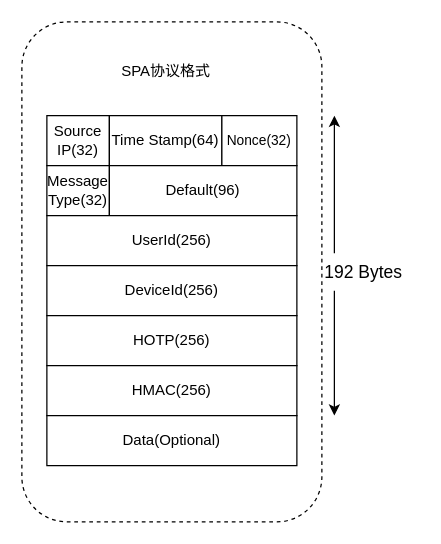
Before: testDirectory/SPA数据包格式.drawio in Moose1273/-, a draw.io diagram. Source tidied: cells renumbered, new cells numbered last; positions are measured from the earlier drawing's top-left corner, leaving out a move shared by most shapes. Both pictures are drawn from the tidied source at 125%, with x=0, y=0 at pixel (21, 21).
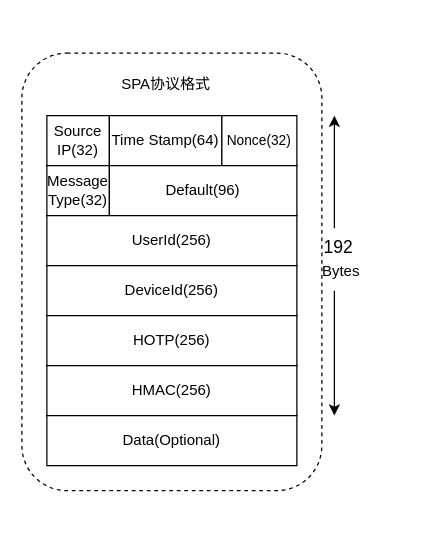
Above is the later version.

Commit message:
更新SPA数据包格式.drawio

Change to the diagram source:
```diff
@@
 <mxGraphModel>
   <root>
     <mxCell id="0" />
     <mxCell id="1" parent="0" />
     <mxCell id="2" style="rounded=1;whiteSpace=wrap;html=1;dashed=1;" parent="1" vertex="1">
-      <mxGeometry width="240" height="400" as="geometry" />
+      <mxGeometry y="25" width="240" height="350" as="geometry" />
     </mxCell>
     <mxCell id="3" value="&lt;font style=&quot;font-size: 12px;&quot;&gt;Source IP(32)&lt;/font&gt;" style="rounded=0;whiteSpace=wrap;html=1;" parent="1" vertex="1">
       <mxGeometry x="20" y="75" width="50" height="40" as="geometry" />
     </mxCell>
     <mxCell id="4" value="&lt;font style=&quot;font-size: 12px;&quot;&gt;Time Stamp(64)&lt;/font&gt;" style="rounded=0;whiteSpace=wrap;html=1;" parent="1" vertex="1">
       <mxGeometry x="70" y="75" width="90" height="40" as="geometry" />
     </mxCell>
     <mxCell id="5" value="&lt;font style=&quot;font-size: 11px;&quot;&gt;Nonce(32)&lt;/font&gt;" style="rounded=0;whiteSpace=wrap;html=1;" parent="1" vertex="1">
       <mxGeometry x="160" y="75" width="60" height="40" as="geometry" />
     </mxCell>
     <mxCell id="6" value="&lt;font style=&quot;font-size: 12px;&quot;&gt;Message Type(32)&lt;/font&gt;" style="rounded=0;whiteSpace=wrap;html=1;" parent="1" vertex="1">
       <mxGeometry x="20" y="115" width="50" height="40" as="geometry" />
     </mxCell>
     <mxCell id="7" value="&lt;font style=&quot;font-size: 12px;&quot;&gt;Default(96)&lt;/font&gt;" style="rounded=0;whiteSpace=wrap;html=1;" parent="1" vertex="1">
       <mxGeometry x="70" y="115" width="150" height="40" as="geometry" />
     </mxCell>
     <mxCell id="8" value="&lt;font style=&quot;font-size: 12px;&quot;&gt;UserId(256)&lt;/font&gt;" style="rounded=0;whiteSpace=wrap;html=1;" parent="1" vertex="1">
       <mxGeometry x="20" y="155" width="200" height="40" as="geometry" />
     </mxCell>
     <mxCell id="9" value="&lt;font style=&quot;font-size: 12px;&quot;&gt;DeviceId(256)&lt;/font&gt;" style="rounded=0;whiteSpace=wrap;html=1;" parent="1" vertex="1">
       <mxGeometry x="20" y="195" width="200" height="40" as="geometry" />
     </mxCell>
     <mxCell id="10" value="&lt;font style=&quot;font-size: 12px;&quot;&gt;HOTP(256)&lt;/font&gt;" style="rounded=0;whiteSpace=wrap;html=1;" parent="1" vertex="1">
       <mxGeometry x="20" y="235" width="200" height="40" as="geometry" />
     </mxCell>
     <mxCell id="11" value="&lt;font style=&quot;font-size: 12px;&quot;&gt;HMAC(256)&lt;/font&gt;" style="rounded=0;whiteSpace=wrap;html=1;" parent="1" vertex="1">
       <mxGeometry x="20" y="275" width="200" height="40" as="geometry" />
     </mxCell>
     <mxCell id="12" value="&lt;font style=&quot;font-size: 12px;&quot;&gt;Data(Optional)&lt;/font&gt;" style="rounded=0;whiteSpace=wrap;html=1;" parent="1" vertex="1">
       <mxGeometry x="20" y="315" width="200" height="40" as="geometry" />
     </mxCell>
     <mxCell id="13" style="endArrow=classic;html=1;rounded=0;" parent="1" edge="1">
       <mxGeometry relative="1" as="geometry">
-        <mxPoint x="250" y="185" as="sourcePoint" />
+        <mxPoint x="250" y="165" as="sourcePoint" />
         <mxPoint x="250" y="75" as="targetPoint" />
       </mxGeometry>
     </mxCell>
-    <mxCell id="14" value="&lt;font style=&quot;font-size: 14px;&quot;&gt;192 Bytes&lt;/font&gt;" style="text;html=1;align=center;verticalAlign=middle;strokeColor=none;fillColor=none;" parent="1" vertex="1">
-      <mxGeometry x="228" y="185" width="90" height="30" as="geometry" />
+    <mxCell id="14" value="&lt;font style=&quot;font-size: 14px;&quot;&gt;192&amp;nbsp;&lt;/font&gt;" style="text;html=1;align=center;verticalAlign=middle;strokeColor=none;fillColor=none;" parent="1" vertex="1">
+      <mxGeometry x="230" y="165" width="50" height="30" as="geometry" />
     </mxCell>
     <mxCell id="15" style="endArrow=classic;html=1;rounded=0;" parent="1" edge="1">
       <mxGeometry relative="1" as="geometry">
         <mxPoint x="250" y="215" as="sourcePoint" />
         <mxPoint x="250" y="315" as="targetPoint" />
       </mxGeometry>
     </mxCell>
     <mxCell id="16" value="SPA协议格式" style="text;html=1;align=center;verticalAlign=middle;strokeColor=none;fillColor=none;" parent="1" vertex="1">
-      <mxGeometry x="70" y="25" width="90" height="30" as="geometry" />
+      <mxGeometry x="70" y="35" width="90" height="30" as="geometry" />
     </mxCell>
+    <mxCell id="17" value="Bytes" style="text;html=1;align=center;verticalAlign=middle;strokeColor=none;fillColor=none;" parent="1" vertex="1">
+      <mxGeometry x="230" y="185" width="50" height="30" as="geometry" />
+    </mxCell>
   </root>
 </mxGraphModel>
```
